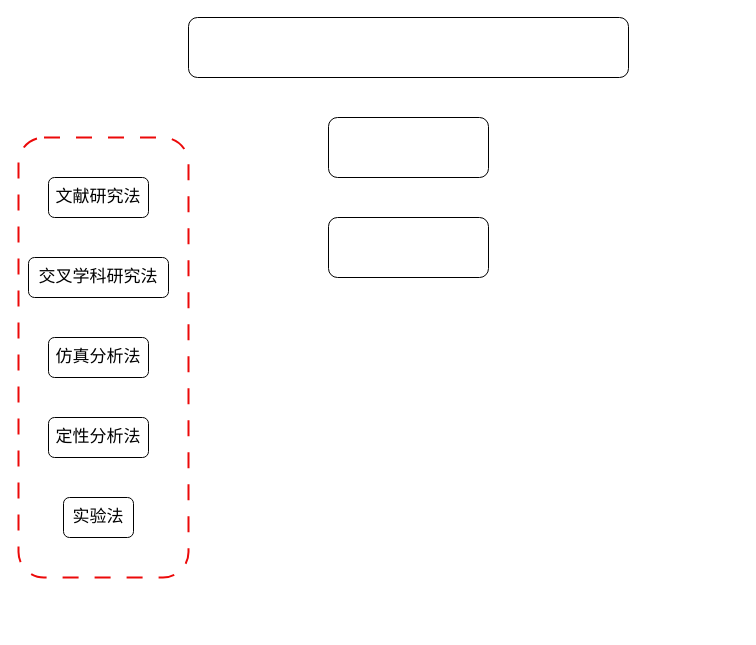
This is 技术路线.drawio from wn2002/graduate, a draw.io file, before an edit. Source tidied: cells renumbered, new cells numbered last; positions are measured from the earlier drawing's top-left corner, leaving out a move shared by most shapes. Both pictures are drawn from the tidied source at 100%, with x=0, y=0 at pixel (18, 17).
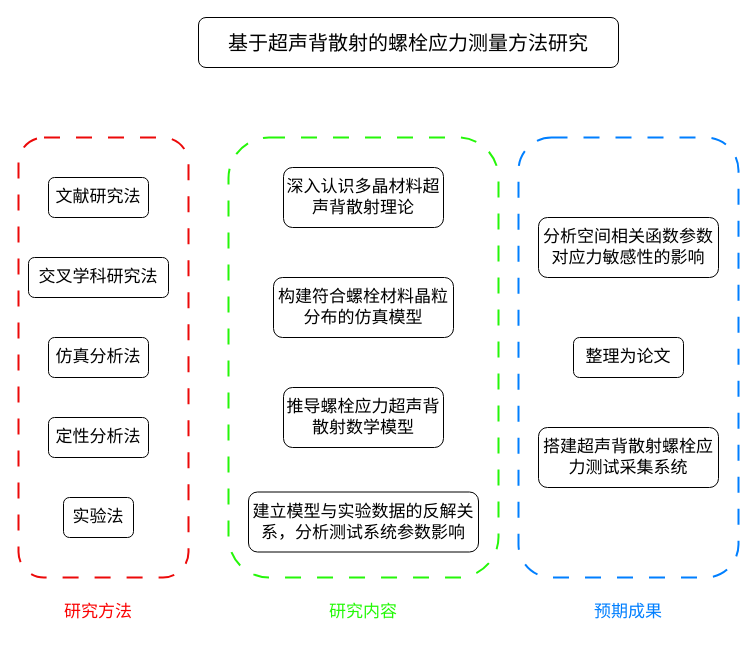
The same diagram, later.

Commit message:
更新技术路线.drawio

The edit, as a diff of the source:
```diff
@@
-    <mxCell id="7" style="rounded=1;whiteSpace=wrap;html=1;" parent="1" vertex="1">
-      <mxGeometry x="310" y="100" width="160" height="60" as="geometry" />
-    </mxCell>
-    <mxCell id="8" style="rounded=1;whiteSpace=wrap;html=1;" parent="1" vertex="1">
-      <mxGeometry x="310" y="200" width="160" height="60" as="geometry" />
+    <mxCell id="8" value="&lt;span&gt;深入认识多晶材料超声背散射理论&lt;/span&gt;" style="rounded=1;whiteSpace=wrap;html=1;fontSize=17;" parent="1" vertex="1">
+      <mxGeometry x="265" y="150" width="160" height="60" as="geometry" />
     </mxCell>
-    <mxCell id="9" style="rounded=1;whiteSpace=wrap;html=1;" parent="1" vertex="1">
-      <mxGeometry x="170" width="440" height="60" as="geometry" />
+    <mxCell id="9" value="&lt;font&gt;基于超声背散射的螺栓应力测量方法研究&lt;/font&gt;" style="rounded=1;whiteSpace=wrap;html=1;fontSize=20;" parent="1" vertex="1">
+      <mxGeometry x="180" width="420" height="50" as="geometry" />
     </mxCell>
@@
+    <mxCell id="11" value="研究方法" style="text;html=1;whiteSpace=wrap;strokeColor=none;fillColor=none;align=center;verticalAlign=middle;rounded=0;fontSize=17;fontColor=light-dark(#fa0000, #ededed);" parent="1" vertex="1">
+      <mxGeometry x="40" y="580" width="80" height="30" as="geometry" />
+    </mxCell>
+    <mxCell id="12" value="&lt;span style=&quot;&quot;&gt;构建符合螺栓材料晶粒分布的仿真模型&lt;/span&gt;" style="rounded=1;whiteSpace=wrap;html=1;fontSize=17;fontFamily=Helvetica;" parent="1" vertex="1">
+      <mxGeometry x="255" y="260" width="180" height="60" as="geometry" />
+    </mxCell>
+    <mxCell id="13" value="推导螺栓应力超声背散射数学模型" style="rounded=1;whiteSpace=wrap;html=1;fontSize=17;" parent="1" vertex="1">
+      <mxGeometry x="265" y="370" width="160" height="60" as="geometry" />
+    </mxCell>
+    <mxCell id="14" value="建立模型与实验数据的反解关系，分析测试系统参数影响" style="rounded=1;whiteSpace=wrap;html=1;fontSize=17;" parent="1" vertex="1">
+      <mxGeometry x="230" y="474.5" width="230" height="60" as="geometry" />
+    </mxCell>
+    <mxCell id="15" style="rounded=1;whiteSpace=wrap;html=1;fillColor=none;fontColor=#ffffff;strokeColor=light-dark(#25f609, #ffacac);dashed=1;dashPattern=8 8;strokeWidth=2;perimeterSpacing=0;" parent="1" vertex="1">
+      <mxGeometry x="210" y="120" width="270" height="440" as="geometry" />
+    </mxCell>
+    <mxCell id="16" value="研究内容" style="text;html=1;whiteSpace=wrap;strokeColor=none;fillColor=none;align=center;verticalAlign=middle;rounded=0;fontSize=17;fontColor=light-dark(#23f906, #ededed);" parent="1" vertex="1">
+      <mxGeometry x="305" y="580" width="80" height="30" as="geometry" />
+    </mxCell>
+    <mxCell id="17" value="分析空间相关函数参数对应力敏感性的影响" style="rounded=1;whiteSpace=wrap;html=1;fontSize=17;" parent="1" vertex="1">
+      <mxGeometry x="520" y="200" width="180" height="60" as="geometry" />
+    </mxCell>
+    <mxCell id="18" value="整理为论文" style="rounded=1;whiteSpace=wrap;html=1;fontSize=17;" parent="1" vertex="1">
+      <mxGeometry x="555" y="320" width="110" height="40" as="geometry" />
+    </mxCell>
+    <mxCell id="19" value="搭建超声背散射螺栓应力测试采集系统" style="rounded=1;whiteSpace=wrap;html=1;fontSize=17;" parent="1" vertex="1">
+      <mxGeometry x="520" y="410" width="180" height="60" as="geometry" />
+    </mxCell>
+    <mxCell id="20" style="rounded=1;whiteSpace=wrap;html=1;fillColor=none;fontColor=#ffffff;strokeColor=light-dark(#007FFF,#FFACAC);dashed=1;dashPattern=8 8;strokeWidth=2;perimeterSpacing=0;" parent="1" vertex="1">
+      <mxGeometry x="500" y="120" width="220" height="440" as="geometry" />
+    </mxCell>
+    <mxCell id="21" value="预期成果" style="text;html=1;whiteSpace=wrap;strokeColor=none;fillColor=none;align=center;verticalAlign=middle;rounded=0;fontSize=17;fontColor=light-dark(#007FFF,#EDEDED);" parent="1" vertex="1">
+      <mxGeometry x="570" y="580" width="80" height="30" as="geometry" />
+    </mxCell>
```
